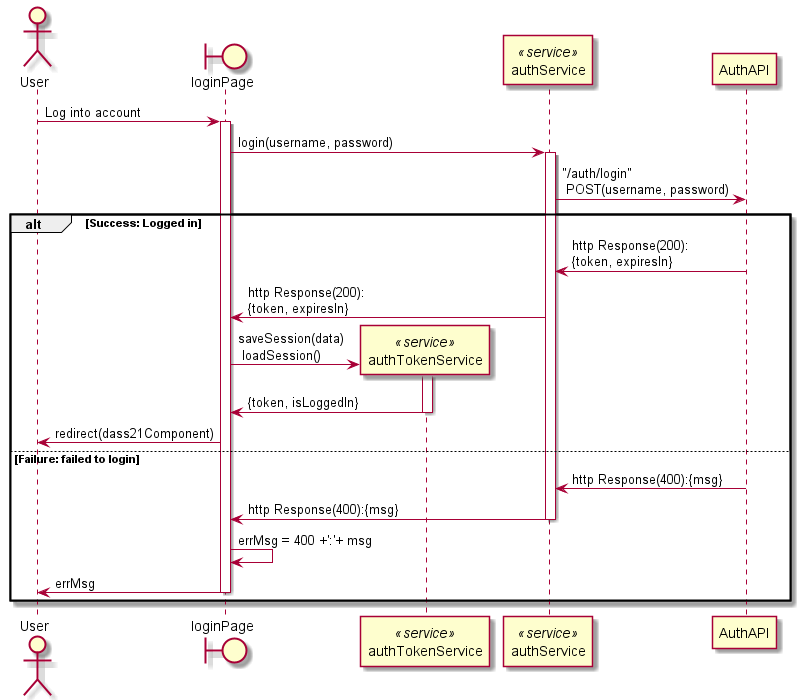
The PlantUML diagram nanoeconomy-dataset-collector/Diagrams/AuthDiags/Login.png in Spenzy/NEUF-NanoEconomicsUnderFear, before a commit.
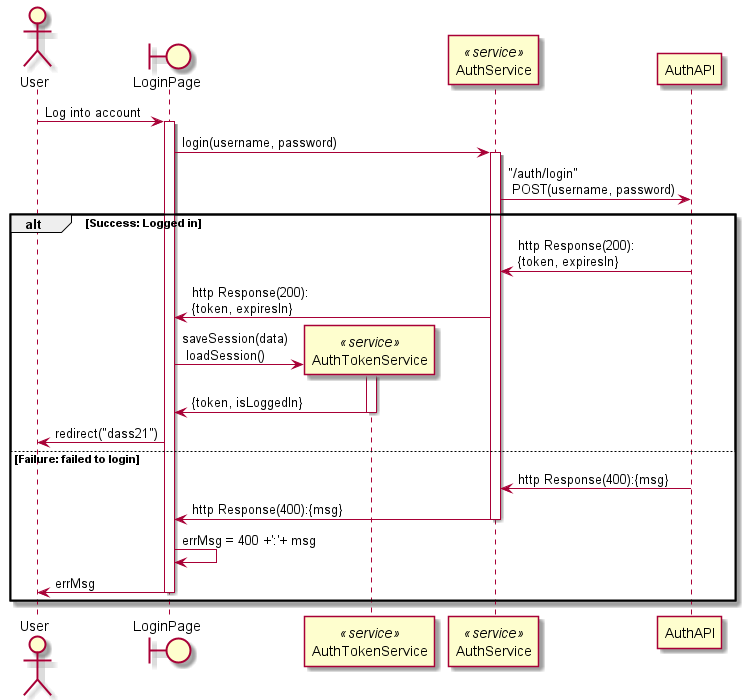
Above is the later version.

Change to the diagram source:
```diff
@@ -1,9 +1,9 @@
 @startuml
 
 actor User
-boundary loginPage as login
-participant authTokenService as authToken <<service>>
-participant authService as auth <<service>>
+boundary LoginPage as login
+participant AuthTokenService as authToken <<service>>
+participant AuthService as auth <<service>>
 participant AuthAPI
 
 User -> login: Log into account
@@ -18,7 +18,7 @@
   activate authToken
   authToken -> login: {token, isLoggedIn}
   deactivate authToken
-  login -> User: redirect(dass21Component)
+  login -> User: redirect("dass21")
 else Failure: failed to login
   auth <- AuthAPI:http Response(400):{msg}
   login <- auth: http Response(400):{msg}
```
